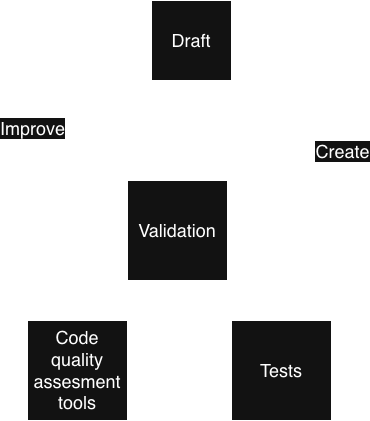
The draw.io diagram img/2026/02/09/virtuous-cycle.png in diegojromerolopez/diegojromerolopez.github.io, before a commit. Source tidied: cells renumbered, new cells last; positions are measured from the earlier drawing's top-left corner, leaving out a move shared by most shapes. Its diagram source:
```xml
<mxGraphModel>
  <root>
    <mxCell id="0" />
    <mxCell id="1" parent="0" />
    <mxCell id="2" style="curved=1;endArrow=classic;html=1;rounded=0;exitX=1;exitY=0.5;exitDx=0;exitDy=0;" parent="1" edge="1" source="6">
      <mxGeometry relative="1" as="geometry">
        <mxPoint x="180" y="220" as="targetPoint" />
        <Array as="points">
          <mxPoint x="330" y="90" />
          <mxPoint x="290" y="220" />
          <mxPoint x="250" y="240" />
        </Array>
      </mxGeometry>
    </mxCell>
    <mxCell id="3" value="&lt;font style=&quot;font-size: 18px;&quot;&gt;Create&lt;/font&gt;" style="edgeLabel;html=1;align=center;verticalAlign=middle;" parent="2" vertex="1">
      <mxGeometry x="0.02" y="3" relative="1" as="geometry">
        <mxPoint y="-1" as="offset" />
      </mxGeometry>
    </mxCell>
    <mxCell id="4" style="curved=1;endArrow=classic;html=1;rounded=0;exitX=0;exitY=0.5;exitDx=0;exitDy=0;entryX=0;entryY=0.5;entryDx=0;entryDy=0;" parent="1" edge="1" source="9" target="6">
      <mxGeometry relative="1" as="geometry">
        <Array as="points">
          <mxPoint x="80" y="210" />
          <mxPoint x="10" y="190" />
          <mxPoint y="120" />
          <mxPoint x="30" y="80" />
          <mxPoint x="60" y="50" />
        </Array>
      </mxGeometry>
    </mxCell>
    <mxCell id="5" value="&lt;font style=&quot;font-size: 18px;&quot;&gt;Improve&lt;/font&gt;" style="edgeLabel;html=1;align=center;verticalAlign=middle;" parent="4" vertex="1">
      <mxGeometry x="-0.01" y="-3" relative="1" as="geometry" />
    </mxCell>
    <mxCell id="6" value="&lt;span style=&quot;font-size: 18px;&quot;&gt;Draft&lt;/span&gt;" style="whiteSpace=wrap;html=1;" parent="1" vertex="1">
      <mxGeometry x="124" width="80" height="80" as="geometry" />
    </mxCell>
    <mxCell id="7" style="edgeStyle=orthogonalEdgeStyle;rounded=0;jettySize=auto;html=1;exitX=0.5;exitY=1;exitDx=0;exitDy=0;entryX=0.5;entryY=0;entryDx=0;entryDy=0;" parent="1" edge="1" source="9" target="11">
      <mxGeometry relative="1" as="geometry" />
    </mxCell>
    <mxCell id="8" style="edgeStyle=orthogonalEdgeStyle;rounded=0;jettySize=auto;html=1;exitX=0.5;exitY=1;exitDx=0;exitDy=0;entryX=0.5;entryY=0;entryDx=0;entryDy=0;" parent="1" edge="1" source="9" target="10">
      <mxGeometry relative="1" as="geometry" />
    </mxCell>
    <mxCell id="9" value="&lt;font style=&quot;font-size: 18px;&quot;&gt;Validation&lt;/font&gt;" style="whiteSpace=wrap;html=1;" parent="1" vertex="1">
      <mxGeometry x="100" y="180" width="100" height="100" as="geometry" />
    </mxCell>
    <mxCell id="10" value="&lt;font style=&quot;font-size: 18px;&quot;&gt;Tests&lt;/font&gt;" style="whiteSpace=wrap;html=1;" parent="1" vertex="1">
      <mxGeometry x="204" y="320" width="100" height="100" as="geometry" />
    </mxCell>
    <mxCell id="11" value="&lt;span style=&quot;font-size: 18px;&quot;&gt;Code quality assesment tools&lt;/span&gt;" style="whiteSpace=wrap;html=1;" parent="1" vertex="1">
      <mxGeometry y="320" width="100" height="100" as="geometry" />
    </mxCell>
  </root>
</mxGraphModel>
```
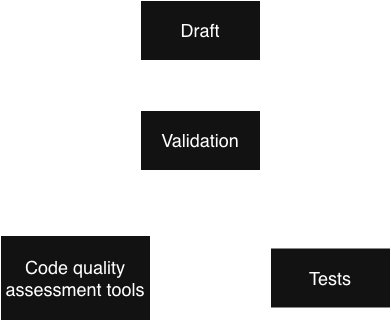
Later version of the same file.

Commit message:
deploy: bb07472b3fae9045c3898194753ed4fd03a9f617

What changed in the source:
```diff
@@ -2,52 +2,49 @@
   <root>
     <mxCell id="0" />
     <mxCell id="1" parent="0" />
-    <mxCell id="2" style="curved=1;endArrow=classic;html=1;rounded=0;exitX=1;exitY=0.5;exitDx=0;exitDy=0;" parent="1" edge="1" source="6">
-      <mxGeometry relative="1" as="geometry">
-        <mxPoint x="180" y="220" as="targetPoint" />
-        <Array as="points">
-          <mxPoint x="330" y="90" />
-          <mxPoint x="290" y="220" />
-          <mxPoint x="250" y="240" />
-        </Array>
-      </mxGeometry>
-    </mxCell>
-    <mxCell id="3" value="&lt;font style=&quot;font-size: 18px;&quot;&gt;Create&lt;/font&gt;" style="edgeLabel;html=1;align=center;verticalAlign=middle;" parent="2" vertex="1">
-      <mxGeometry x="0.02" y="3" relative="1" as="geometry">
-        <mxPoint y="-1" as="offset" />
-      </mxGeometry>
-    </mxCell>
+    <mxCell id="12" style="edgeStyle=orthogonalEdgeStyle;rounded=0;jettySize=auto;html=1;exitX=0;exitY=0.5;exitDx=0;exitDy=0;entryX=0;entryY=0.5;entryDx=0;entryDy=0;" parent="1" edge="1" source="6" target="9">
+      <mxGeometry relative="1" as="geometry">
+        <Array as="points">
+          <mxPoint x="30" y="170" />
+          <mxPoint x="30" y="280" />
+        </Array>
+      </mxGeometry>
+    </mxCell>
+    <mxCell id="6" value="&lt;font style=&quot;font-size: 18px;&quot;&gt;Draft&lt;/font&gt;" style="rounded=0;whiteSpace=wrap;html=1;" parent="1" vertex="1">
+      <mxGeometry x="100" y="140" width="120" height="60" as="geometry" />
+    </mxCell>
+    <mxCell id="8" style="edgeStyle=orthogonalEdgeStyle;rounded=0;jettySize=auto;html=1;exitX=0.5;exitY=1;exitDx=0;exitDy=0;entryX=0.5;entryY=0;entryDx=0;entryDy=0;" parent="1" edge="1" source="9" target="10">
+      <mxGeometry relative="1" as="geometry">
+        <Array as="points">
+          <mxPoint x="160" y="340" />
+          <mxPoint x="290" y="340" />
+        </Array>
+      </mxGeometry>
+    </mxCell>
+    <mxCell id="13" style="edgeStyle=orthogonalEdgeStyle;rounded=0;jettySize=auto;html=1;exitX=0.5;exitY=1;exitDx=0;exitDy=0;entryX=0.5;entryY=0;entryDx=0;entryDy=0;" parent="1" edge="1" source="9" target="14">
+      <mxGeometry relative="1" as="geometry">
+        <Array as="points">
+          <mxPoint x="160" y="340" />
+          <mxPoint x="35" y="340" />
+        </Array>
+      </mxGeometry>
+    </mxCell>
-    <mxCell id="4" style="curved=1;endArrow=classic;html=1;rounded=0;exitX=0;exitY=0.5;exitDx=0;exitDy=0;entryX=0;entryY=0.5;entryDx=0;entryDy=0;" parent="1" edge="1" source="9" target="6">
+    <mxCell id="4" style="edgeStyle=orthogonalEdgeStyle;rounded=0;jettySize=auto;html=1;exitX=1;exitY=0.5;exitDx=0;exitDy=0;entryX=1;entryY=0.5;entryDx=0;entryDy=0;" parent="1" edge="1" source="9" target="6">
       <mxGeometry relative="1" as="geometry">
         <Array as="points">
-          <mxPoint x="80" y="210" />
-          <mxPoint x="10" y="190" />
-          <mxPoint y="120" />
-          <mxPoint x="30" y="80" />
-          <mxPoint x="60" y="50" />
+          <mxPoint x="280" y="280" />
+          <mxPoint x="280" y="170" />
         </Array>
       </mxGeometry>
     </mxCell>
-    <mxCell id="5" value="&lt;font style=&quot;font-size: 18px;&quot;&gt;Improve&lt;/font&gt;" style="edgeLabel;html=1;align=center;verticalAlign=middle;" parent="4" vertex="1">
-      <mxGeometry x="-0.01" y="-3" relative="1" as="geometry" />
-    </mxCell>
-    <mxCell id="6" value="&lt;span style=&quot;font-size: 18px;&quot;&gt;Draft&lt;/span&gt;" style="whiteSpace=wrap;html=1;" parent="1" vertex="1">
-      <mxGeometry x="124" width="80" height="80" as="geometry" />
-    </mxCell>
-    <mxCell id="7" style="edgeStyle=orthogonalEdgeStyle;rounded=0;jettySize=auto;html=1;exitX=0.5;exitY=1;exitDx=0;exitDy=0;entryX=0.5;entryY=0;entryDx=0;entryDy=0;" parent="1" edge="1" source="9" target="11">
-      <mxGeometry relative="1" as="geometry" />
-    </mxCell>
-    <mxCell id="8" style="edgeStyle=orthogonalEdgeStyle;rounded=0;jettySize=auto;html=1;exitX=0.5;exitY=1;exitDx=0;exitDy=0;entryX=0.5;entryY=0;entryDx=0;entryDy=0;" parent="1" edge="1" source="9" target="10">
-      <mxGeometry relative="1" as="geometry" />
-    </mxCell>
-    <mxCell id="9" value="&lt;font style=&quot;font-size: 18px;&quot;&gt;Validation&lt;/font&gt;" style="whiteSpace=wrap;html=1;" parent="1" vertex="1">
-      <mxGeometry x="100" y="180" width="100" height="100" as="geometry" />
+    <mxCell id="9" value="&lt;font style=&quot;font-size: 18px;&quot;&gt;Validation&lt;/font&gt;" style="rounded=0;whiteSpace=wrap;html=1;" parent="1" vertex="1">
+      <mxGeometry x="100" y="250" width="120" height="60" as="geometry" />
     </mxCell>
-    <mxCell id="10" value="&lt;font style=&quot;font-size: 18px;&quot;&gt;Tests&lt;/font&gt;" style="whiteSpace=wrap;html=1;" parent="1" vertex="1">
-      <mxGeometry x="204" y="320" width="100" height="100" as="geometry" />
+    <mxCell id="10" value="&lt;font style=&quot;font-size: 18px;&quot;&gt;Tests&lt;/font&gt;" style="rounded=0;whiteSpace=wrap;html=1;" parent="1" vertex="1">
+      <mxGeometry x="230" y="387.5" width="120" height="60" as="geometry" />
     </mxCell>
-    <mxCell id="11" value="&lt;span style=&quot;font-size: 18px;&quot;&gt;Code quality assesment tools&lt;/span&gt;" style="whiteSpace=wrap;html=1;" parent="1" vertex="1">
-      <mxGeometry y="320" width="100" height="100" as="geometry" />
-    </mxCell>
+    <mxCell id="14" value="&lt;font style=&quot;font-size: 18px;&quot;&gt;Code quality assessment tools&lt;/font&gt;" style="rounded=0;whiteSpace=wrap;html=1;" parent="1" vertex="1">
+      <mxGeometry x="-40" y="375" width="150" height="85" as="geometry" />
+    </mxCell>
   </root>
 </mxGraphModel>
```
